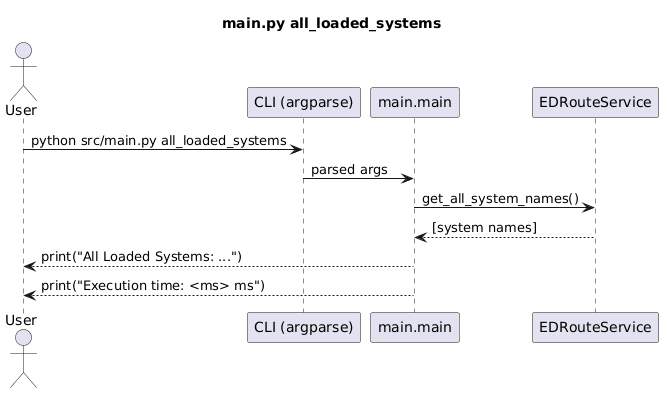
Above: docs/main_sequences/main_all_loaded_systems.png in fazleskhan/elite_dangerous_discord_tools (PlantUML), before the change. The source it was exported from:
```plantuml
@startuml
title main.py all_loaded_systems
actor User
participant "CLI (argparse)" as CLI
participant "main.main" as Main
participant "EDRouteService" as Route

User -> CLI : python src/main.py all_loaded_systems
CLI -> Main : parsed args
Main -> Route : get_all_system_names()
Route --> Main : [system names]
Main --> User : print("All Loaded Systems: ...")
Main --> User : print("Execution time: <ms> ms")
@enduml
```
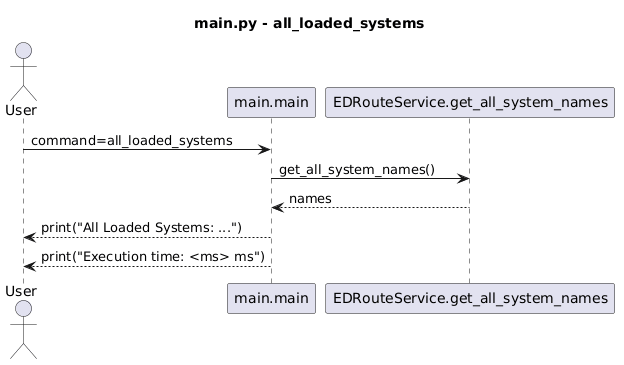
The same file after the commit.

Diff of the diagram source:
```diff
@@ -1,14 +1,13 @@
 @startuml
-title main.py all_loaded_systems
+title main.py - all_loaded_systems
+
 actor User
-participant "CLI (argparse)" as CLI
 participant "main.main" as Main
-participant "EDRouteService" as Route
+participant "EDRouteService.get_all_system_names" as Route
 
-User -> CLI : python src/main.py all_loaded_systems
-CLI -> Main : parsed args
+User -> Main : command=all_loaded_systems
 Main -> Route : get_all_system_names()
-Route --> Main : [system names]
+Route --> Main : names
 Main --> User : print("All Loaded Systems: ...")
 Main --> User : print("Execution time: <ms> ms")
 @enduml
```
